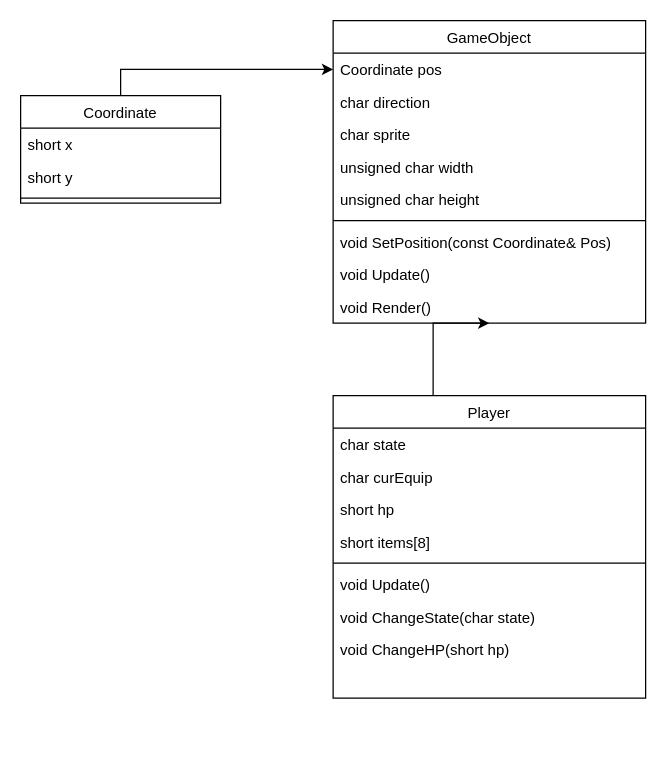
Earlier version of the draw.io diagram client_class_diagram.drawio (kakik/agari). Source tidied: cells renumbered, new cells numbered last; positions are measured from the earlier drawing's top-left corner, leaving out a move shared by most shapes. Both pictures are drawn from the tidied source at 125%, with x=0, y=0 at pixel (20, 20).
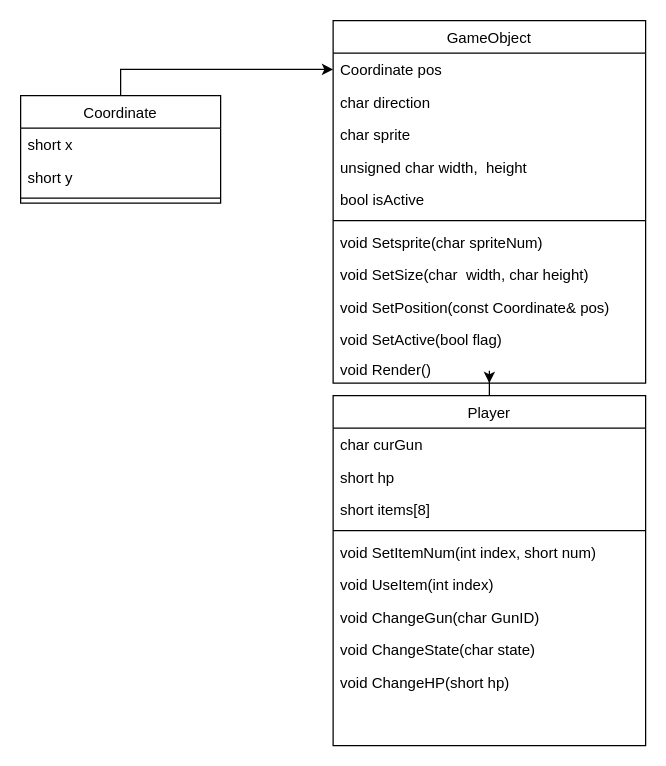
Above is the later version.

Change to the diagram source:
```diff
@@
-    <mxCell id="2" style="edgeStyle=orthogonalEdgeStyle;rounded=0;jettySize=auto;html=1;entryX=0.5;entryY=1;entryDx=0;entryDy=0;" parent="1" edge="1" source="3" target="17">
+    <mxCell id="2" style="edgeStyle=orthogonalEdgeStyle;rounded=0;jettySize=auto;html=1;entryX=0.5;entryY=1;entryDx=0;entryDy=0;exitX=0.5;exitY=0;exitDx=0;exitDy=0;" parent="1" edge="1" source="3" target="17">
       <mxGeometry relative="1" as="geometry">
         <Array as="points">
-          <mxPoint x="330" y="280" />
-          <mxPoint x="330" y="280" />
+          <mxPoint x="375" y="280" />
+          <mxPoint x="375" y="280" />
         </Array>
       </mxGeometry>
     </mxCell>
     <mxCell id="3" value="Player" style="swimlane;fontStyle=0;align=center;verticalAlign=top;horizontal=1;startSize=26;rounded=0;shadow=0;strokeWidth=1;" parent="1" vertex="1">
-      <mxGeometry x="250" y="300" width="250" height="242" as="geometry" />
+      <mxGeometry x="250" y="300" width="250" height="280" as="geometry" />
     </mxCell>
-    <mxCell id="4" value="char state" style="text;align=left;verticalAlign=top;spacingLeft=4;spacingRight=4;overflow=hidden;rounded=0;shadow=0;html=0;" parent="3" vertex="1">
-      <mxGeometry y="26" width="250" height="26" as="geometry" />
-    </mxCell>
-    <mxCell id="5" value="char curEquip" style="text;align=left;verticalAlign=top;spacingLeft=4;spacingRight=4;overflow=hidden;rounded=0;shadow=0;html=0;" parent="3" vertex="1">
-      <mxGeometry y="52" width="250" height="26" as="geometry" />
+    <mxCell id="5" value="char curGun" style="text;align=left;verticalAlign=top;spacingLeft=4;spacingRight=4;overflow=hidden;rounded=0;shadow=0;html=0;" parent="3" vertex="1">
+      <mxGeometry y="26" width="250" height="26" as="geometry" />
     </mxCell>
     <mxCell id="6" value="short hp" style="text;align=left;verticalAlign=top;spacingLeft=4;spacingRight=4;overflow=hidden;rounded=0;shadow=0;html=0;" parent="3" vertex="1">
-      <mxGeometry y="78" width="250" height="26" as="geometry" />
+      <mxGeometry y="52" width="250" height="26" as="geometry" />
     </mxCell>
     <mxCell id="7" value="short items[8]" style="text;align=left;verticalAlign=top;spacingLeft=4;spacingRight=4;overflow=hidden;rounded=0;shadow=0;html=0;" parent="3" vertex="1">
-      <mxGeometry y="104" width="250" height="26" as="geometry" />
+      <mxGeometry y="78" width="250" height="26" as="geometry" />
     </mxCell>
     <mxCell id="8" style="line;html=1;strokeWidth=1;align=left;verticalAlign=middle;spacingTop=-1;spacingLeft=3;spacingRight=3;labelPosition=right;" parent="3" vertex="1">
-      <mxGeometry y="130" width="250" height="8" as="geometry" />
+      <mxGeometry y="104" width="250" height="8" as="geometry" />
     </mxCell>
-    <mxCell id="9" value="void Update()" style="text;align=left;verticalAlign=top;spacingLeft=4;spacingRight=4;overflow=hidden;fontStyle=0;" parent="3" vertex="1">
-      <mxGeometry y="138" width="250" height="26" as="geometry" />
-    </mxCell>
+    <mxCell id="27" value="void SetItemNum(int index, short num)" style="text;align=left;verticalAlign=top;spacingLeft=4;spacingRight=4;overflow=hidden;fontStyle=0;" parent="3" vertex="1">
+      <mxGeometry y="112" width="250" height="26" as="geometry" />
+    </mxCell>
+    <mxCell id="28" value="void UseItem(int index)" style="text;align=left;verticalAlign=top;spacingLeft=4;spacingRight=4;overflow=hidden;fontStyle=0;" parent="3" vertex="1">
+      <mxGeometry y="138" width="250" height="26" as="geometry" />
+    </mxCell>
+    <mxCell id="29" value="void ChangeGun(char GunID)" style="text;align=left;verticalAlign=top;spacingLeft=4;spacingRight=4;overflow=hidden;fontStyle=0;" parent="3" vertex="1">
+      <mxGeometry y="164" width="250" height="26" as="geometry" />
+    </mxCell>
     <mxCell id="10" value="void ChangeState(char state)" style="text;align=left;verticalAlign=top;spacingLeft=4;spacingRight=4;overflow=hidden;" parent="3" vertex="1">
-      <mxGeometry y="164" width="250" height="26" as="geometry" />
+      <mxGeometry y="190" width="250" height="26" as="geometry" />
     </mxCell>
     <mxCell id="11" value="void ChangeHP(short hp)" style="text;align=left;verticalAlign=top;spacingLeft=4;spacingRight=4;overflow=hidden;" parent="3" vertex="1">
-      <mxGeometry y="190" width="250" height="26" as="geometry" />
+      <mxGeometry y="216" width="250" height="26" as="geometry" />
     </mxCell>
@@
     <mxCell id="17" value="GameObject" style="swimlane;fontStyle=0;align=center;verticalAlign=top;horizontal=1;startSize=26;rounded=0;shadow=0;strokeWidth=1;" parent="1" vertex="1">
-      <mxGeometry x="250" width="250" height="242" as="geometry" />
+      <mxGeometry x="250" width="250" height="290" as="geometry" />
     </mxCell>
@@
-    <mxCell id="21" value="unsigned char width" style="text;align=left;verticalAlign=top;spacingLeft=4;spacingRight=4;overflow=hidden;" parent="17" vertex="1">
+    <mxCell id="21" value="unsigned char width,  height" style="text;align=left;verticalAlign=top;spacingLeft=4;spacingRight=4;overflow=hidden;" parent="17" vertex="1">
       <mxGeometry y="104" width="250" height="26" as="geometry" />
     </mxCell>
-    <mxCell id="22" value="unsigned char height" style="text;align=left;verticalAlign=top;spacingLeft=4;spacingRight=4;overflow=hidden;" parent="17" vertex="1">
-      <mxGeometry y="130" width="250" height="26" as="geometry" />
-    </mxCell>
+    <mxCell id="30" value="bool isActive" style="text;align=left;verticalAlign=top;spacingLeft=4;spacingRight=4;overflow=hidden;" parent="17" vertex="1">
+      <mxGeometry y="130" width="250" height="26" as="geometry" />
+    </mxCell>
@@
-    <mxCell id="24" value="void SetPosition(const Coordinate&amp; Pos)" style="text;align=left;verticalAlign=top;spacingLeft=4;spacingRight=4;overflow=hidden;rounded=0;shadow=0;html=0;" parent="17" vertex="1">
+    <mxCell id="24" value="void Setsprite(char spriteNum)" style="text;align=left;verticalAlign=top;spacingLeft=4;spacingRight=4;overflow=hidden;rounded=0;shadow=0;html=0;" parent="17" vertex="1">
       <mxGeometry y="164" width="250" height="26" as="geometry" />
     </mxCell>
-    <mxCell id="25" value="void Update()" style="text;align=left;verticalAlign=top;spacingLeft=4;spacingRight=4;overflow=hidden;rounded=0;shadow=0;html=0;" parent="17" vertex="1">
-      <mxGeometry y="190" width="250" height="26" as="geometry" />
-    </mxCell>
+    <mxCell id="31" value="void SetSize(char  width, char height)" style="text;align=left;verticalAlign=top;spacingLeft=4;spacingRight=4;overflow=hidden;rounded=0;shadow=0;html=0;" parent="17" vertex="1">
+      <mxGeometry y="190" width="250" height="26" as="geometry" />
+    </mxCell>
+    <mxCell id="32" value="void SetPosition(const Coordinate&amp; pos)" style="text;align=left;verticalAlign=top;spacingLeft=4;spacingRight=4;overflow=hidden;rounded=0;shadow=0;html=0;" parent="17" vertex="1">
+      <mxGeometry y="216" width="250" height="26" as="geometry" />
+    </mxCell>
+    <mxCell id="33" value="void SetActive(bool flag)" style="text;align=left;verticalAlign=top;spacingLeft=4;spacingRight=4;overflow=hidden;rounded=0;shadow=0;html=0;" parent="17" vertex="1">
+      <mxGeometry y="242" width="250" height="24" as="geometry" />
+    </mxCell>
     <mxCell id="26" value="void Render()" style="text;align=left;verticalAlign=top;spacingLeft=4;spacingRight=4;overflow=hidden;rounded=0;shadow=0;html=0;" parent="17" vertex="1">
-      <mxGeometry y="216" width="250" height="26" as="geometry" />
+      <mxGeometry y="266" width="250" height="24" as="geometry" />
     </mxCell>
```
